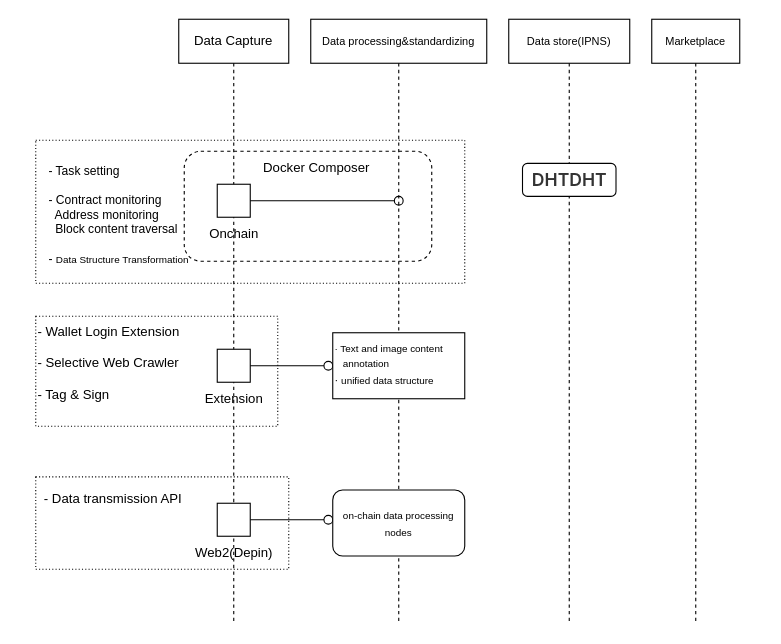
Before: data.drawio in Janction-R-D/janction-docs, a draw.io diagram. Source tidied: cells renumbered, new cells numbered last; positions are measured from the earlier drawing's top-left corner, leaving out a move shared by most shapes. Both pictures are drawn from the tidied source at 110%, with x=0, y=0 at pixel (19, 19).
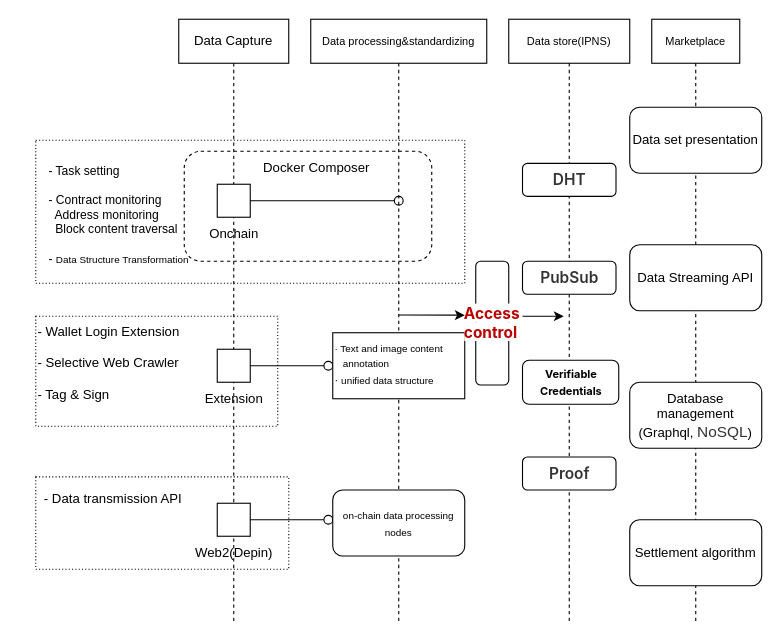
The same page after the edit.

The edit, as a diff of the source:
```diff
@@
-    <mxCell id="31" value="&lt;span style=&quot;font-weight: 600; color: rgba(0, 0, 0, 0.8); font-family: -apple-system, &amp;quot;system-ui&amp;quot;, &amp;quot;Segoe UI&amp;quot;, Roboto, Oxygen, Ubuntu, Cantarell, &amp;quot;Fira Sans&amp;quot;, &amp;quot;Droid Sans&amp;quot;, &amp;quot;Helvetica Neue&amp;quot;, sans-serif; font-size: 16px; text-align: start; background-color: rgb(255, 255, 255);&quot;&gt;DHTDHT&lt;/span&gt;" style="rounded=1;whiteSpace=wrap;html=1;" parent="1" vertex="1">
+    <mxCell id="31" value="&lt;span style=&quot;font-weight: 600; color: rgba(0, 0, 0, 0.8); font-family: -apple-system, &amp;quot;system-ui&amp;quot;, &amp;quot;Segoe UI&amp;quot;, Roboto, Oxygen, Ubuntu, Cantarell, &amp;quot;Fira Sans&amp;quot;, &amp;quot;Droid Sans&amp;quot;, &amp;quot;Helvetica Neue&amp;quot;, sans-serif; text-align: start; background-color: rgb(255, 255, 255);&quot;&gt;&lt;font style=&quot;vertical-align: inherit; font-size: 14px;&quot;&gt;DHT&lt;/font&gt;&lt;/span&gt;" style="rounded=1;whiteSpace=wrap;html=1;" parent="1" vertex="1">
       <mxGeometry x="457.5" y="131" width="85" height="30" as="geometry" />
     </mxCell>
+    <mxCell id="32" value="&lt;span style=&quot;font-weight: 600; color: rgba(0, 0, 0, 0.8); font-family: -apple-system, &amp;quot;system-ui&amp;quot;, &amp;quot;Segoe UI&amp;quot;, Roboto, Oxygen, Ubuntu, Cantarell, &amp;quot;Fira Sans&amp;quot;, &amp;quot;Droid Sans&amp;quot;, &amp;quot;Helvetica Neue&amp;quot;, sans-serif; text-align: start; background-color: rgb(255, 255, 255);&quot;&gt;&lt;font style=&quot;vertical-align: inherit; font-size: 14px;&quot;&gt;PubSub&lt;/font&gt;&lt;/span&gt;" style="rounded=1;whiteSpace=wrap;html=1;" parent="1" vertex="1">
+      <mxGeometry x="457.5" y="220" width="85" height="30" as="geometry" />
+    </mxCell>
+    <mxCell id="33" value="&lt;div style=&quot;text-align: start;&quot;&gt;&lt;font face=&quot;-apple-system, system-ui, Segoe UI, Roboto, Oxygen, Ubuntu, Cantarell, Fira Sans, Droid Sans, Helvetica Neue, sans-serif&quot; color=&quot;rgba(0, 0, 0, 0.8)&quot;&gt;&lt;span style=&quot;font-size: 14px; background-color: rgb(255, 255, 255);&quot;&gt;&lt;b&gt;Access&lt;br&gt;control&lt;/b&gt;&lt;/span&gt;&lt;/font&gt;&lt;/div&gt;" style="rounded=1;whiteSpace=wrap;html=1;" parent="1" vertex="1">
+      <mxGeometry x="415" y="220" width="30" height="112.5" as="geometry" />
+    </mxCell>
+    <mxCell id="34" style="edgeStyle=none;orthogonalLoop=1;jettySize=auto;html=1;rounded=0;" parent="1" edge="1">
+      <mxGeometry relative="1" as="geometry">
+        <mxPoint x="345" y="268.9" as="sourcePoint" />
+        <mxPoint x="405" y="269" as="targetPoint" />
+      </mxGeometry>
+    </mxCell>
+    <mxCell id="35" style="edgeStyle=none;orthogonalLoop=1;jettySize=auto;html=1;rounded=0;" parent="1" edge="1">
+      <mxGeometry relative="1" as="geometry">
+        <mxPoint x="457.5" y="270" as="sourcePoint" />
+        <mxPoint x="495" y="270" as="targetPoint" />
+      </mxGeometry>
+    </mxCell>
+    <mxCell id="36" value="&lt;div style=&quot;&quot;&gt;&lt;font size=&quot;1&quot; face=&quot;-apple-system, system-ui, Segoe UI, Roboto, Oxygen, Ubuntu, Cantarell, Fira Sans, Droid Sans, Helvetica Neue, sans-serif&quot;&gt;&lt;span style=&quot;background-color: rgb(255, 255, 255); font-size: 10px;&quot;&gt;&lt;b&gt;Verifiable Credentials&lt;/b&gt;&lt;/span&gt;&lt;/font&gt;&lt;/div&gt;" style="rounded=1;whiteSpace=wrap;html=1;align=center;" parent="1" vertex="1">
+      <mxGeometry x="457.5" y="310" width="87.5" height="40" as="geometry" />
+    </mxCell>
+    <mxCell id="37" value="&lt;span style=&quot;font-weight: 600; color: rgba(0, 0, 0, 0.8); font-family: -apple-system, &amp;quot;system-ui&amp;quot;, &amp;quot;Segoe UI&amp;quot;, Roboto, Oxygen, Ubuntu, Cantarell, &amp;quot;Fira Sans&amp;quot;, &amp;quot;Droid Sans&amp;quot;, &amp;quot;Helvetica Neue&amp;quot;, sans-serif; text-align: start; background-color: rgb(255, 255, 255);&quot;&gt;&lt;font style=&quot;vertical-align: inherit; font-size: 14px;&quot;&gt;Proof&lt;/font&gt;&lt;/span&gt;" style="rounded=1;whiteSpace=wrap;html=1;" parent="1" vertex="1">
+      <mxGeometry x="457.5" y="398" width="85" height="30" as="geometry" />
+    </mxCell>
+    <mxCell id="38" value="&lt;div&gt;Data set presentation&lt;/div&gt;" style="rounded=1;whiteSpace=wrap;html=1;" parent="1" vertex="1">
+      <mxGeometry x="555" y="80" width="120" height="60" as="geometry" />
+    </mxCell>
+    <mxCell id="39" value="&lt;div&gt;Data Streaming API&lt;/div&gt;" style="rounded=1;whiteSpace=wrap;html=1;" parent="1" vertex="1">
+      <mxGeometry x="555" y="205" width="120" height="60" as="geometry" />
+    </mxCell>
+    <mxCell id="40" value="Database management&lt;br&gt;(Graphql,&amp;nbsp;&lt;span style=&quot;color: rgb(51, 51, 51); font-family: Helvetica, Arial, &amp;quot;Microsoft Yahei&amp;quot;, SimSun, STXihei, sans-serif; font-size: 14px; text-align: start;&quot;&gt;NoSQL&lt;/span&gt;)" style="rounded=1;whiteSpace=wrap;html=1;" parent="1" vertex="1">
+      <mxGeometry x="555" y="330" width="120" height="60" as="geometry" />
+    </mxCell>
+    <mxCell id="41" value="&lt;div&gt;Settlement algorithm&lt;/div&gt;" style="rounded=1;whiteSpace=wrap;html=1;" parent="1" vertex="1">
+      <mxGeometry x="555" y="455" width="120" height="60" as="geometry" />
+    </mxCell>
```
